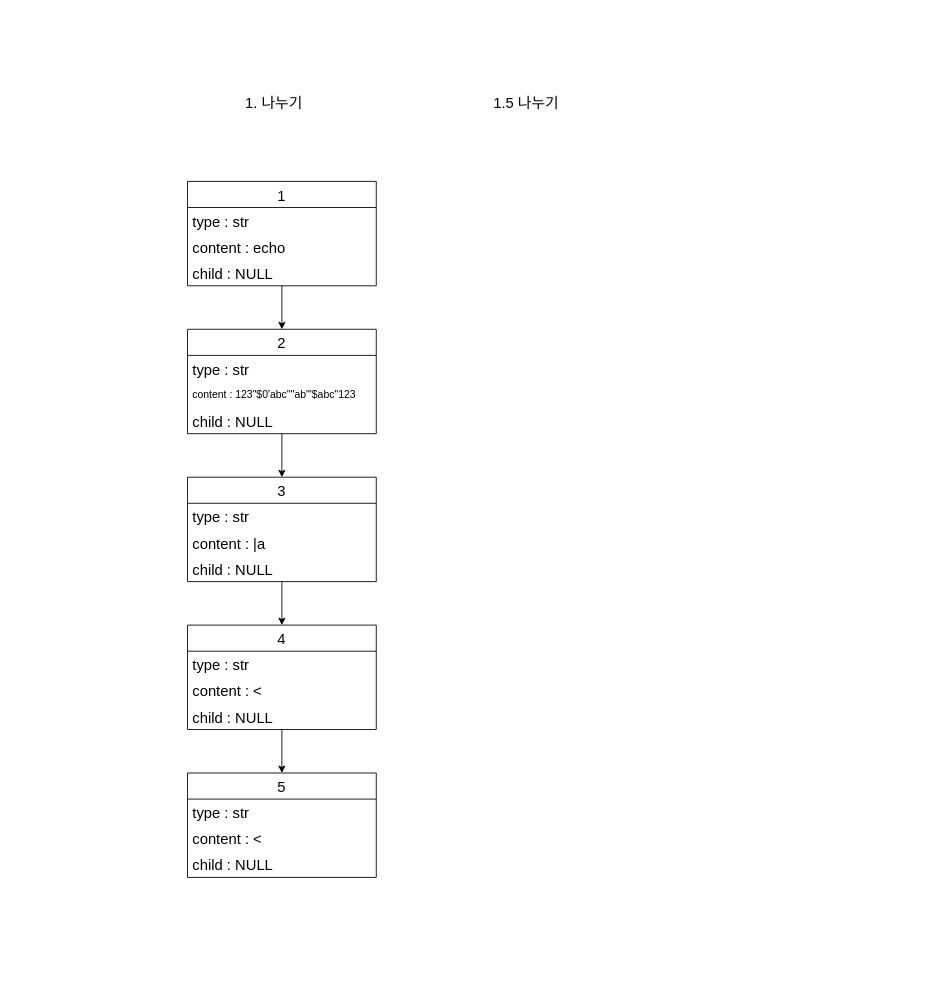
hoseong511/42_minishell keeps this draw.io diagram as 제목 없는 다이어그램.drawio. Above is the earlier version. Source tidied: cells renumbered, new cells numbered last; positions are measured from the earlier drawing's top-left corner, leaving out a move shared by most shapes. Both pictures are drawn from the tidied source at 87%, with x=0, y=0 at pixel (187, 84).
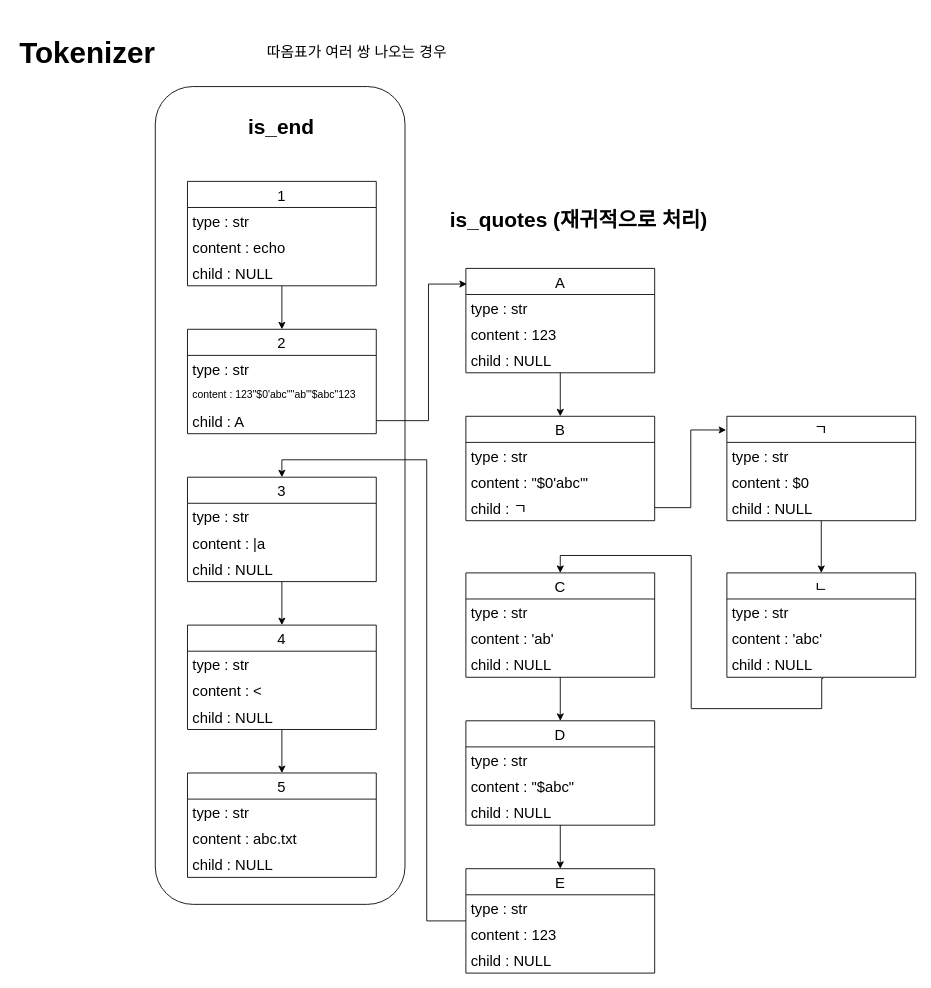
The same page after the edit.

Commit message:
data_sturucture : is_end 처리 후, 재귀적으로 is_quote 처리

The change refers to these unchanged cells:
```xml
<mxCell id="8" value="2" style="swimlane;fontStyle=0;horizontal=1;startSize=30;fontSize=17;" parent="1" vertex="1">
  <mxGeometry y="281" width="217" height="120" as="geometry" />
</mxCell>
<mxCell id="13" value="3" style="swimlane;fontStyle=0;horizontal=1;startSize=30;fontSize=17;" parent="1" vertex="1">
  <mxGeometry y="451" width="217" height="120" as="geometry" />
</mxCell>
<mxCell id="22" value="5" style="swimlane;fontStyle=0;horizontal=1;startSize=30;fontSize=17;" parent="1" vertex="1">
  <mxGeometry y="791" width="217" height="120" as="geometry" />
</mxCell>
```

The edit, as a diff of the source:
```diff
@@
+    <mxCell id="28" style="rounded=1;whiteSpace=wrap;html=1;fontSize=17;" parent="1" vertex="1">
+      <mxGeometry x="-37" y="2" width="287" height="940" as="geometry" />
+    </mxCell>
@@
-    <mxCell id="7" style="edgeStyle=orthogonalEdgeStyle;rounded=0;jettySize=auto;html=1;entryX=0.5;entryY=0;entryDx=0;entryDy=0;fontSize=17;" parent="1" edge="1" source="8" target="13">
-      <mxGeometry relative="1" as="geometry" />
-    </mxCell>
@@
-    <mxCell id="11" value="child : NULL" style="text;strokeColor=none;fillColor=none;align=left;verticalAlign=middle;spacingLeft=4;spacingRight=4;overflow=hidden;points=[[0,0.5],[1,0.5]];portConstraint=eastwest;fontSize=17;" parent="8" vertex="1">
+    <mxCell id="11" value="child : A" style="text;strokeColor=none;fillColor=none;align=left;verticalAlign=middle;spacingLeft=4;spacingRight=4;overflow=hidden;points=[[0,0.5],[1,0.5]];portConstraint=eastwest;fontSize=17;" parent="8" vertex="1">
       <mxGeometry y="90" width="217" height="30" as="geometry" />
     </mxCell>
@@
-    <mxCell id="24" value="content : &lt;" style="text;strokeColor=none;fillColor=none;align=left;verticalAlign=middle;spacingLeft=4;spacingRight=4;overflow=hidden;fontSize=17;" parent="22" vertex="1">
+    <mxCell id="24" value="content : abc.txt" style="text;strokeColor=none;fillColor=none;align=left;verticalAlign=middle;spacingLeft=4;spacingRight=4;overflow=hidden;fontSize=17;" parent="22" vertex="1">
       <mxGeometry y="60" width="217" height="30" as="geometry" />
     </mxCell>
@@
-    <mxCell id="26" value="1.5 나누기" style="text;html=1;strokeColor=none;fillColor=none;align=center;verticalAlign=middle;whiteSpace=wrap;rounded=0;fontSize=17;" parent="1" vertex="1">
-      <mxGeometry x="335" width="109" height="44" as="geometry" />
-    </mxCell>
-    <mxCell id="27" value="1. 나누기" style="text;html=1;strokeColor=none;fillColor=none;align=center;verticalAlign=middle;whiteSpace=wrap;rounded=0;fontSize=17;" parent="1" vertex="1">
-      <mxGeometry x="45" width="109" height="44" as="geometry" />
+    <mxCell id="27" value="따옴표가 여러 쌍 나오는 경우" style="text;html=1;strokeColor=none;fillColor=none;align=center;verticalAlign=middle;whiteSpace=wrap;rounded=0;fontSize=17;" parent="1" vertex="1">
+      <mxGeometry x="-8" y="-59" width="406" height="44" as="geometry" />
     </mxCell>
+    <mxCell id="29" style="edgeStyle=orthogonalEdgeStyle;rounded=0;jettySize=auto;html=1;entryX=0.5;entryY=0;entryDx=0;entryDy=0;fontSize=17;" parent="1" edge="1" source="30" target="34">
+      <mxGeometry relative="1" as="geometry" />
+    </mxCell>
+    <mxCell id="30" value="A" style="swimlane;fontStyle=0;horizontal=1;startSize=30;fontSize=17;" parent="1" vertex="1">
+      <mxGeometry x="320" y="211" width="217" height="120" as="geometry" />
+    </mxCell>
+    <mxCell id="31" value="type : str" style="text;strokeColor=none;fillColor=none;align=left;verticalAlign=middle;spacingLeft=4;spacingRight=4;overflow=hidden;fontSize=17;" parent="30" vertex="1">
+      <mxGeometry y="30" width="217" height="30" as="geometry" />
+    </mxCell>
+    <mxCell id="32" value="content : 123" style="text;strokeColor=none;fillColor=none;align=left;verticalAlign=middle;spacingLeft=4;spacingRight=4;overflow=hidden;fontSize=17;" parent="30" vertex="1">
+      <mxGeometry y="60" width="217" height="30" as="geometry" />
+    </mxCell>
+    <mxCell id="33" value="child : NULL" style="text;strokeColor=none;fillColor=none;align=left;verticalAlign=middle;spacingLeft=4;spacingRight=4;overflow=hidden;fontSize=17;" parent="30" vertex="1">
+      <mxGeometry y="90" width="217" height="30" as="geometry" />
+    </mxCell>
+    <mxCell id="34" value="B" style="swimlane;fontStyle=0;horizontal=1;startSize=30;fontSize=17;" parent="1" vertex="1">
+      <mxGeometry x="320" y="381" width="217" height="120" as="geometry" />
+    </mxCell>
+    <mxCell id="35" value="type : str" style="text;strokeColor=none;fillColor=none;align=left;verticalAlign=middle;spacingLeft=4;spacingRight=4;overflow=hidden;fontSize=17;" parent="34" vertex="1">
+      <mxGeometry y="30" width="217" height="30" as="geometry" />
+    </mxCell>
+    <mxCell id="36" value="content : &quot;$0'abc'&quot;" style="text;strokeColor=none;fillColor=none;align=left;verticalAlign=middle;spacingLeft=4;spacingRight=4;overflow=hidden;fontSize=17;" parent="34" vertex="1">
+      <mxGeometry y="60" width="217" height="30" as="geometry" />
+    </mxCell>
+    <mxCell id="37" value="child : ㄱ" style="text;strokeColor=none;fillColor=none;align=left;verticalAlign=middle;spacingLeft=4;spacingRight=4;overflow=hidden;points=[[0,0.5],[1,0.5]];portConstraint=eastwest;fontSize=17;" parent="34" vertex="1">
+      <mxGeometry y="90" width="217" height="30" as="geometry" />
+    </mxCell>
+    <mxCell id="38" style="edgeStyle=orthogonalEdgeStyle;rounded=0;jettySize=auto;html=1;entryX=0.5;entryY=0;entryDx=0;entryDy=0;fontSize=17;" parent="1" edge="1" source="39" target="44">
+      <mxGeometry relative="1" as="geometry" />
+    </mxCell>
+    <mxCell id="39" value="C" style="swimlane;fontStyle=0;horizontal=1;startSize=30;fontSize=17;" parent="1" vertex="1">
+      <mxGeometry x="320" y="561" width="217" height="120" as="geometry" />
+    </mxCell>
+    <mxCell id="40" value="type : str" style="text;strokeColor=none;fillColor=none;align=left;verticalAlign=middle;spacingLeft=4;spacingRight=4;overflow=hidden;fontSize=17;" parent="39" vertex="1">
+      <mxGeometry y="30" width="217" height="30" as="geometry" />
+    </mxCell>
+    <mxCell id="41" value="content : 'ab'" style="text;strokeColor=none;fillColor=none;align=left;verticalAlign=middle;spacingLeft=4;spacingRight=4;overflow=hidden;fontSize=17;" parent="39" vertex="1">
+      <mxGeometry y="60" width="217" height="30" as="geometry" />
+    </mxCell>
+    <mxCell id="42" value="child : NULL" style="text;strokeColor=none;fillColor=none;align=left;verticalAlign=middle;spacingLeft=4;spacingRight=4;overflow=hidden;fontSize=17;" parent="39" vertex="1">
+      <mxGeometry y="90" width="217" height="30" as="geometry" />
+    </mxCell>
+    <mxCell id="43" style="edgeStyle=orthogonalEdgeStyle;rounded=0;jettySize=auto;html=1;fontSize=17;" parent="1" edge="1" source="44" target="49">
+      <mxGeometry relative="1" as="geometry" />
+    </mxCell>
+    <mxCell id="44" value="D" style="swimlane;fontStyle=0;horizontal=1;startSize=30;fontSize=17;" parent="1" vertex="1">
+      <mxGeometry x="320" y="731" width="217" height="120" as="geometry" />
+    </mxCell>
+    <mxCell id="45" value="type : str" style="text;strokeColor=none;fillColor=none;align=left;verticalAlign=middle;spacingLeft=4;spacingRight=4;overflow=hidden;fontSize=17;" parent="44" vertex="1">
+      <mxGeometry y="30" width="217" height="30" as="geometry" />
+    </mxCell>
+    <mxCell id="46" value="content : &quot;$abc&quot;" style="text;strokeColor=none;fillColor=none;align=left;verticalAlign=middle;spacingLeft=4;spacingRight=4;overflow=hidden;fontSize=17;" parent="44" vertex="1">
+      <mxGeometry y="60" width="217" height="30" as="geometry" />
+    </mxCell>
+    <mxCell id="47" value="child : NULL" style="text;strokeColor=none;fillColor=none;align=left;verticalAlign=middle;spacingLeft=4;spacingRight=4;overflow=hidden;fontSize=17;" parent="44" vertex="1">
+      <mxGeometry y="90" width="217" height="30" as="geometry" />
+    </mxCell>
+    <mxCell id="48" style="edgeStyle=orthogonalEdgeStyle;rounded=0;jettySize=auto;html=1;fontSize=17;entryX=0.5;entryY=0;entryDx=0;entryDy=0;" parent="1" edge="1" source="49" target="13">
+      <mxGeometry relative="1" as="geometry">
+        <Array as="points">
+          <mxPoint x="275" y="961" />
+          <mxPoint x="275" y="431" />
+          <mxPoint x="109" y="431" />
+        </Array>
+      </mxGeometry>
+    </mxCell>
+    <mxCell id="49" value="E" style="swimlane;fontStyle=0;horizontal=1;startSize=30;fontSize=17;" parent="1" vertex="1">
+      <mxGeometry x="320" y="901" width="217" height="120" as="geometry" />
+    </mxCell>
+    <mxCell id="50" value="type : str" style="text;strokeColor=none;fillColor=none;align=left;verticalAlign=middle;spacingLeft=4;spacingRight=4;overflow=hidden;fontSize=17;" parent="49" vertex="1">
+      <mxGeometry y="30" width="217" height="30" as="geometry" />
+    </mxCell>
+    <mxCell id="51" value="content : 123" style="text;strokeColor=none;fillColor=none;align=left;verticalAlign=middle;spacingLeft=4;spacingRight=4;overflow=hidden;fontSize=17;" parent="49" vertex="1">
+      <mxGeometry y="60" width="217" height="30" as="geometry" />
+    </mxCell>
+    <mxCell id="52" value="child : NULL" style="text;strokeColor=none;fillColor=none;align=left;verticalAlign=middle;spacingLeft=4;spacingRight=4;overflow=hidden;fontSize=17;" parent="49" vertex="1">
+      <mxGeometry y="90" width="217" height="30" as="geometry" />
+    </mxCell>
+    <mxCell id="53" style="edgeStyle=orthogonalEdgeStyle;rounded=0;jettySize=auto;html=1;exitX=1;exitY=0.5;exitDx=0;exitDy=0;entryX=0.005;entryY=0.15;entryDx=0;entryDy=0;entryPerimeter=0;fontSize=17;" parent="1" edge="1" source="11" target="30">
+      <mxGeometry relative="1" as="geometry">
+        <Array as="points">
+          <mxPoint x="277" y="386" />
+          <mxPoint x="277" y="229" />
+        </Array>
+      </mxGeometry>
+    </mxCell>
+    <mxCell id="54" style="edgeStyle=orthogonalEdgeStyle;rounded=0;jettySize=auto;html=1;entryX=0.5;entryY=0;entryDx=0;entryDy=0;fontSize=17;" parent="1" edge="1" source="55" target="60">
+      <mxGeometry relative="1" as="geometry" />
+    </mxCell>
+    <mxCell id="55" value="ㄱ" style="swimlane;fontStyle=0;horizontal=1;startSize=30;fontSize=17;" parent="1" vertex="1">
+      <mxGeometry x="620" y="381" width="217" height="120" as="geometry" />
+    </mxCell>
+    <mxCell id="56" value="type : str" style="text;strokeColor=none;fillColor=none;align=left;verticalAlign=middle;spacingLeft=4;spacingRight=4;overflow=hidden;fontSize=17;" parent="55" vertex="1">
+      <mxGeometry y="30" width="217" height="30" as="geometry" />
+    </mxCell>
+    <mxCell id="57" value="content : $0" style="text;strokeColor=none;fillColor=none;align=left;verticalAlign=middle;spacingLeft=4;spacingRight=4;overflow=hidden;fontSize=17;" parent="55" vertex="1">
+      <mxGeometry y="60" width="217" height="30" as="geometry" />
+    </mxCell>
+    <mxCell id="58" value="child : NULL" style="text;strokeColor=none;fillColor=none;align=left;verticalAlign=middle;spacingLeft=4;spacingRight=4;overflow=hidden;fontSize=17;" parent="55" vertex="1">
+      <mxGeometry y="90" width="217" height="30" as="geometry" />
+    </mxCell>
+    <mxCell id="59" style="edgeStyle=orthogonalEdgeStyle;rounded=0;jettySize=auto;html=1;entryX=0.5;entryY=0;entryDx=0;entryDy=0;fontSize=17;exitX=0.51;exitY=1.048;exitDx=0;exitDy=0;exitPerimeter=0;" parent="1" edge="1" source="63" target="39">
+      <mxGeometry relative="1" as="geometry">
+        <Array as="points">
+          <mxPoint x="729" y="682" />
+          <mxPoint x="729" y="717" />
+          <mxPoint x="579" y="717" />
+          <mxPoint x="579" y="541" />
+          <mxPoint x="429" y="541" />
+        </Array>
+      </mxGeometry>
+    </mxCell>
+    <mxCell id="60" value="ㄴ" style="swimlane;fontStyle=0;horizontal=1;startSize=30;fontSize=17;" parent="1" vertex="1">
+      <mxGeometry x="620" y="561" width="217" height="120" as="geometry" />
+    </mxCell>
+    <mxCell id="61" value="type : str" style="text;strokeColor=none;fillColor=none;align=left;verticalAlign=middle;spacingLeft=4;spacingRight=4;overflow=hidden;fontSize=17;" parent="60" vertex="1">
+      <mxGeometry y="30" width="217" height="30" as="geometry" />
+    </mxCell>
+    <mxCell id="62" value="content : 'abc'" style="text;strokeColor=none;fillColor=none;align=left;verticalAlign=middle;spacingLeft=4;spacingRight=4;overflow=hidden;fontSize=17;" parent="60" vertex="1">
+      <mxGeometry y="60" width="217" height="30" as="geometry" />
+    </mxCell>
+    <mxCell id="63" value="child : NULL" style="text;strokeColor=none;fillColor=none;align=left;verticalAlign=middle;spacingLeft=4;spacingRight=4;overflow=hidden;points=[[0,0.5],[1,0.5]];portConstraint=eastwest;fontSize=17;" parent="60" vertex="1">
+      <mxGeometry y="90" width="217" height="30" as="geometry" />
+    </mxCell>
+    <mxCell id="64" style="edgeStyle=orthogonalEdgeStyle;rounded=0;jettySize=auto;html=1;entryX=-0.004;entryY=0.131;entryDx=0;entryDy=0;entryPerimeter=0;fontSize=17;" parent="1" edge="1" source="37" target="55">
+      <mxGeometry relative="1" as="geometry" />
+    </mxCell>
+    <mxCell id="65" value="&lt;h1&gt;Tokenizer&lt;/h1&gt;" style="text;html=1;strokeColor=none;fillColor=none;spacing=5;spacingTop=-20;whiteSpace=wrap;overflow=hidden;rounded=0;fontSize=17;" parent="1" vertex="1">
+      <mxGeometry x="-198" y="-70" width="190" height="89" as="geometry" />
+    </mxCell>
+    <mxCell id="66" value="is_end" style="text;html=1;strokeColor=none;fillColor=none;align=center;verticalAlign=middle;whiteSpace=wrap;rounded=0;fontSize=24;fontStyle=1;" parent="1" vertex="1">
+      <mxGeometry x="-28" y="27" width="272" height="44" as="geometry" />
+    </mxCell>
+    <mxCell id="67" value="is_quotes (재귀적으로 처리)" style="text;html=1;strokeColor=none;fillColor=none;align=center;verticalAlign=middle;whiteSpace=wrap;rounded=0;fontSize=24;fontStyle=1;" parent="1" vertex="1">
+      <mxGeometry x="292.5" y="134" width="313.5" height="44" as="geometry" />
+    </mxCell>
```
